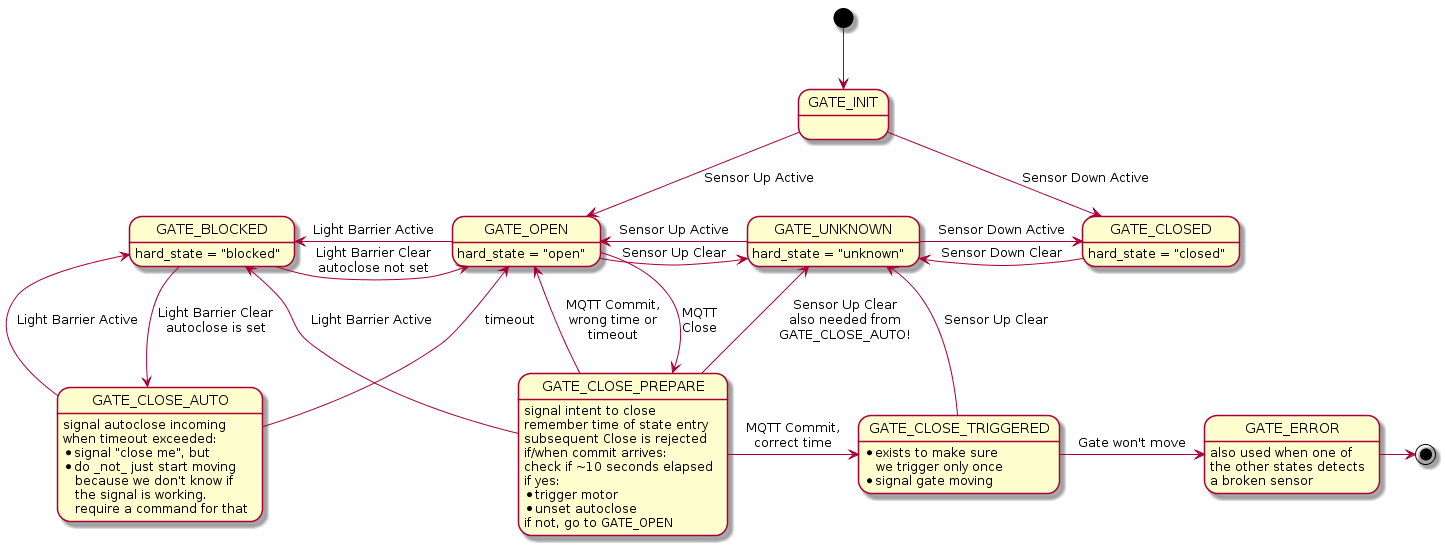
The PlantUML diagram docs/statemachine.png in Svedrin/gatecontrol, before a commit.
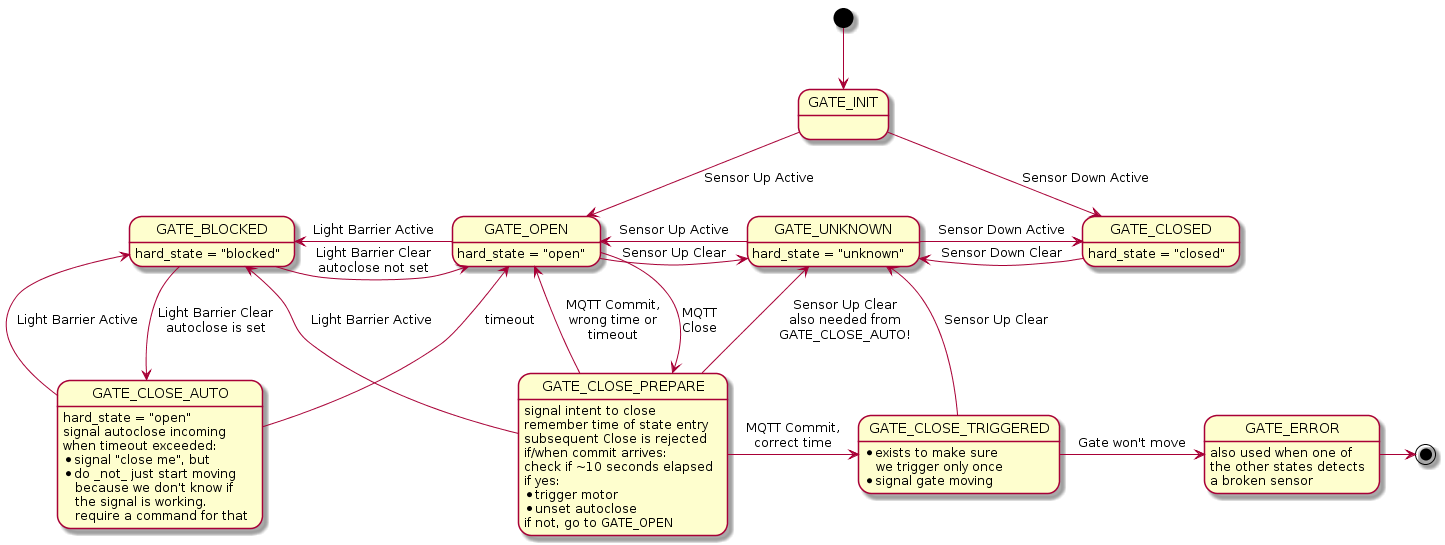
Above is the later version.

Commit message:
add a few missing hard_states

Change to the diagram source:
```diff
@@ -23,6 +23,7 @@
 GATE_BLOCKED    -down->  GATE_CLOSE_AUTO    : Light Barrier Clear\nautoclose is set
 GATE_CLOSE_AUTO -up->    GATE_BLOCKED       : Light Barrier Active
 GATE_CLOSE_AUTO -up->    GATE_OPEN          : timeout
+GATE_CLOSE_AUTO : hard_state = "open"
 GATE_CLOSE_AUTO : signal autoclose incoming
 GATE_CLOSE_AUTO : when timeout exceeded:
 GATE_CLOSE_AUTO : * signal "close me", but
```
